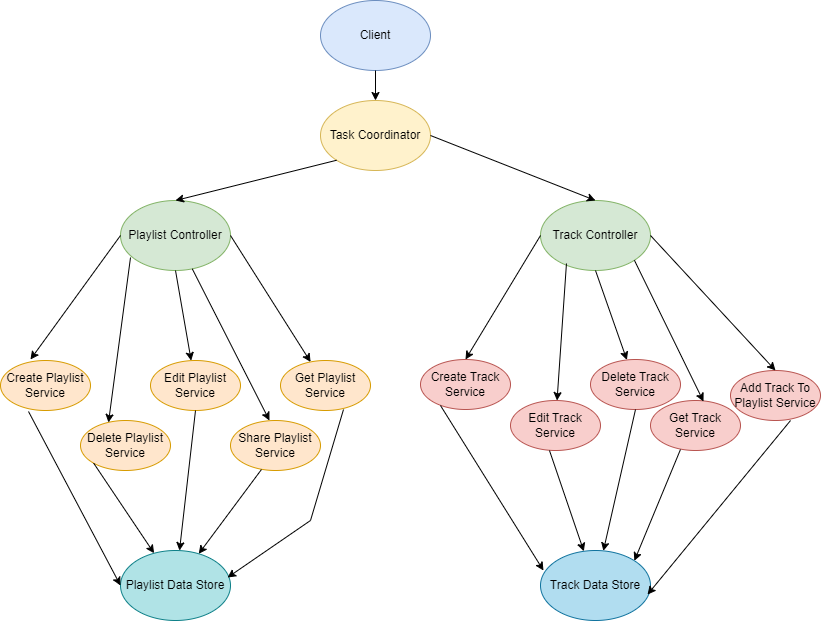
Above: Final Deliverables Solution S/Scholarly HTML technical report/Resources/Playlist Architecture.drawio.png in andreiprepelita/VireWade (draw.io), before the change. Source tidied: cells renumbered, new cells last; positions are measured from the earlier drawing's top-left corner, leaving out a move shared by most shapes.
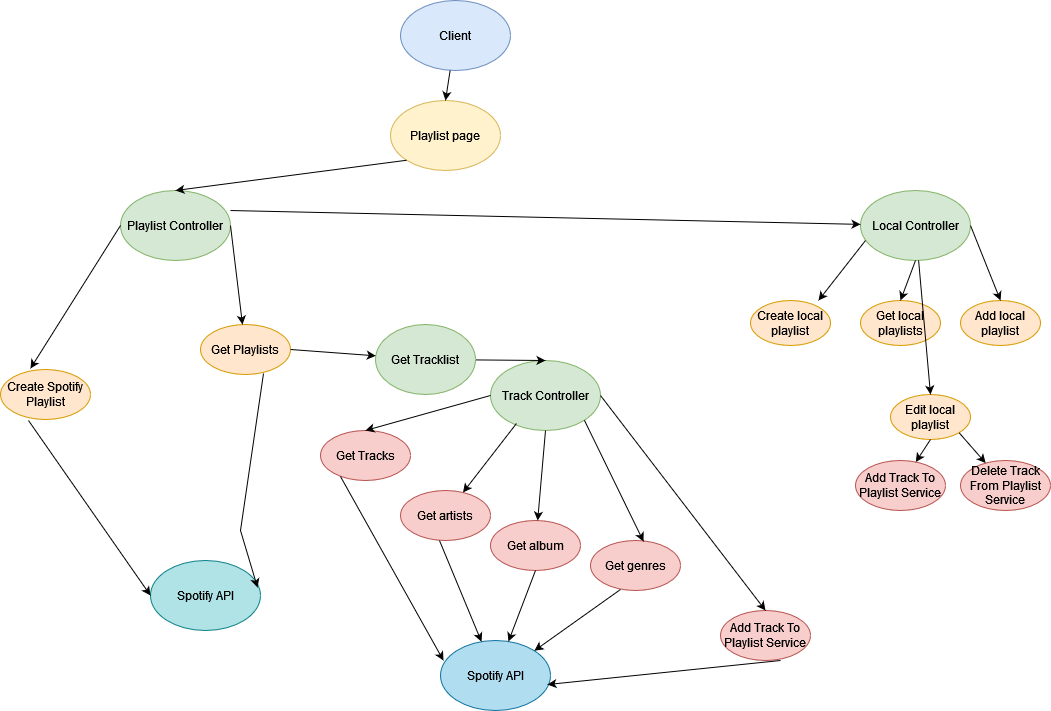
Later version of the same file.

Diff of the diagram source:
```diff
@@ -3,78 +3,56 @@
     <mxCell id="0" />
     <mxCell id="1" parent="0" />
     <mxCell id="2" value="Client" style="ellipse;whiteSpace=wrap;html=1;fillColor=#dae8fc;strokeColor=#6c8ebf;" parent="1" vertex="1">
-      <mxGeometry x="320" width="110" height="70" as="geometry" />
+      <mxGeometry x="510" y="-10" width="110" height="70" as="geometry" />
     </mxCell>
-    <mxCell id="3" value="Task Coordinator" style="ellipse;whiteSpace=wrap;html=1;fillColor=#fff2cc;strokeColor=#d6b656;" parent="1" vertex="1">
-      <mxGeometry x="320" y="100" width="110" height="70" as="geometry" />
+    <mxCell id="3" value="Playlist page" style="ellipse;whiteSpace=wrap;html=1;fillColor=#fff2cc;strokeColor=#d6b656;" parent="1" vertex="1">
+      <mxGeometry x="500" y="90" width="110" height="70" as="geometry" />
     </mxCell>
     <mxCell id="4" value="Playlist Controller" style="ellipse;whiteSpace=wrap;html=1;fillColor=#d5e8d4;strokeColor=#82b366;" parent="1" vertex="1">
-      <mxGeometry x="120" y="200" width="110" height="70" as="geometry" />
+      <mxGeometry x="230" y="180" width="110" height="70" as="geometry" />
     </mxCell>
     <mxCell id="5" value="Track Controller" style="ellipse;whiteSpace=wrap;html=1;fillColor=#d5e8d4;strokeColor=#82b366;" parent="1" vertex="1">
-      <mxGeometry x="540" y="200" width="110" height="70" as="geometry" />
+      <mxGeometry x="600" y="350" width="110" height="70" as="geometry" />
     </mxCell>
-    <mxCell id="6" value="Create Playlist Service" style="ellipse;whiteSpace=wrap;html=1;fillColor=#ffe6cc;strokeColor=#d79b00;" parent="1" vertex="1">
-      <mxGeometry y="360" width="90" height="50" as="geometry" />
+    <mxCell id="6" value="Create Spotify Playlist" style="ellipse;whiteSpace=wrap;html=1;fillColor=#ffe6cc;strokeColor=#d79b00;" parent="1" vertex="1">
+      <mxGeometry x="110" y="359" width="90" height="50" as="geometry" />
     </mxCell>
-    <mxCell id="7" value="Delete Playlist Service" style="ellipse;whiteSpace=wrap;html=1;fillColor=#ffe6cc;strokeColor=#d79b00;" parent="1" vertex="1">
-      <mxGeometry x="80" y="420" width="90" height="50" as="geometry" />
-    </mxCell>
-    <mxCell id="8" value="Edit Playlist Service" style="ellipse;whiteSpace=wrap;html=1;fillColor=#ffe6cc;strokeColor=#d79b00;" parent="1" vertex="1">
-      <mxGeometry x="150" y="360" width="90" height="50" as="geometry" />
-    </mxCell>
-    <mxCell id="9" value="Share Playlist Service" style="ellipse;whiteSpace=wrap;html=1;fillColor=#ffe6cc;strokeColor=#d79b00;" parent="1" vertex="1">
-      <mxGeometry x="230" y="420" width="90" height="50" as="geometry" />
-    </mxCell>
-    <mxCell id="10" value="Create Track Service" style="ellipse;whiteSpace=wrap;html=1;fillColor=#f8cecc;strokeColor=#b85450;" parent="1" vertex="1">
-      <mxGeometry x="420" y="359" width="90" height="50" as="geometry" />
+    <mxCell id="10" value="Get Tracks" style="ellipse;whiteSpace=wrap;html=1;fillColor=#f8cecc;strokeColor=#b85450;" parent="1" vertex="1">
+      <mxGeometry x="430" y="420" width="90" height="50" as="geometry" />
     </mxCell>
-    <mxCell id="11" value="Edit Track Service" style="ellipse;whiteSpace=wrap;html=1;fillColor=#f8cecc;strokeColor=#b85450;" parent="1" vertex="1">
-      <mxGeometry x="510" y="400" width="90" height="50" as="geometry" />
+    <mxCell id="11" value="Get artists" style="ellipse;whiteSpace=wrap;html=1;fillColor=#f8cecc;strokeColor=#b85450;" parent="1" vertex="1">
+      <mxGeometry x="510" y="480" width="90" height="50" as="geometry" />
     </mxCell>
-    <mxCell id="12" value="Delete Track Service" style="ellipse;whiteSpace=wrap;html=1;fillColor=#f8cecc;strokeColor=#b85450;" parent="1" vertex="1">
-      <mxGeometry x="590" y="359" width="90" height="50" as="geometry" />
+    <mxCell id="12" value="Get album" style="ellipse;whiteSpace=wrap;html=1;fillColor=#f8cecc;strokeColor=#b85450;" parent="1" vertex="1">
+      <mxGeometry x="600" y="510" width="90" height="50" as="geometry" />
     </mxCell>
-    <mxCell id="13" value="Get Track Service" style="ellipse;whiteSpace=wrap;html=1;fillColor=#f8cecc;strokeColor=#b85450;" parent="1" vertex="1">
-      <mxGeometry x="650" y="400" width="90" height="50" as="geometry" />
+    <mxCell id="13" value="Get genres" style="ellipse;whiteSpace=wrap;html=1;fillColor=#f8cecc;strokeColor=#b85450;" parent="1" vertex="1">
+      <mxGeometry x="700" y="530" width="90" height="50" as="geometry" />
     </mxCell>
-    <mxCell id="14" value="Playlist Data Store" style="ellipse;whiteSpace=wrap;html=1;fillColor=#b0e3e6;strokeColor=#0e8088;" parent="1" vertex="1">
-      <mxGeometry x="120" y="550" width="110" height="70" as="geometry" />
+    <mxCell id="14" value="Spotify API" style="ellipse;whiteSpace=wrap;html=1;fillColor=#b0e3e6;strokeColor=#0e8088;" parent="1" vertex="1">
+      <mxGeometry x="260" y="550" width="110" height="70" as="geometry" />
     </mxCell>
-    <mxCell id="15" value="Track Data Store" style="ellipse;whiteSpace=wrap;html=1;fillColor=#b1ddf0;strokeColor=#10739e;" parent="1" vertex="1">
-      <mxGeometry x="540" y="550" width="110" height="70" as="geometry" />
+    <mxCell id="15" value="Spotify API" style="ellipse;whiteSpace=wrap;html=1;fillColor=#b1ddf0;strokeColor=#10739e;" parent="1" vertex="1">
+      <mxGeometry x="550" y="630" width="110" height="70" as="geometry" />
     </mxCell>
-    <mxCell id="16" value="Get Playlist Service" style="ellipse;whiteSpace=wrap;html=1;fillColor=#ffe6cc;strokeColor=#d79b00;" parent="1" vertex="1">
-      <mxGeometry x="280" y="360" width="90" height="50" as="geometry" />
+    <mxCell id="16" value="Get Playlists" style="ellipse;whiteSpace=wrap;html=1;fillColor=#ffe6cc;strokeColor=#d79b00;" parent="1" vertex="1">
+      <mxGeometry x="310" y="314" width="90" height="50" as="geometry" />
     </mxCell>
     <mxCell id="17" value="Add Track To Playlist Service" style="ellipse;whiteSpace=wrap;html=1;fillColor=#f8cecc;strokeColor=#b85450;" parent="1" vertex="1">
-      <mxGeometry x="730" y="370" width="90" height="50" as="geometry" />
+      <mxGeometry x="830" y="600" width="90" height="50" as="geometry" />
     </mxCell>
     <mxCell id="18" style="endArrow=classic;html=1;rounded=0;entryX=0.5;entryY=0;entryDx=0;entryDy=0;" parent="1" edge="1" source="2" target="3">
-      <mxGeometry relative="1" as="geometry">
-        <Array as="points">
-          <mxPoint x="375" y="100" />
-        </Array>
-      </mxGeometry>
+      <mxGeometry relative="1" as="geometry" />
     </mxCell>
     <mxCell id="19" style="endArrow=classic;html=1;rounded=0;exitX=0;exitY=1;exitDx=0;exitDy=0;entryX=0.5;entryY=0;entryDx=0;entryDy=0;" parent="1" edge="1" source="3" target="4">
       <mxGeometry relative="1" as="geometry" />
     </mxCell>
-    <mxCell id="20" style="endArrow=classic;html=1;rounded=0;exitX=1;exitY=0.5;exitDx=0;exitDy=0;entryX=0.5;entryY=0;entryDx=0;entryDy=0;" parent="1" edge="1" source="3" target="5">
+    <mxCell id="20" style="endArrow=classic;html=1;rounded=0;entryX=0.5;entryY=0;entryDx=0;entryDy=0;" parent="1" edge="1" source="41" target="5">
       <mxGeometry relative="1" as="geometry" />
     </mxCell>
     <mxCell id="21" style="endArrow=classic;html=1;rounded=0;exitX=0;exitY=0.5;exitDx=0;exitDy=0;entryX=0.333;entryY=-0.02;entryDx=0;entryDy=0;entryPerimeter=0;" parent="1" edge="1" source="4" target="6">
       <mxGeometry relative="1" as="geometry" />
     </mxCell>
-    <mxCell id="22" style="endArrow=classic;html=1;rounded=0;exitX=0.091;exitY=0.814;exitDx=0;exitDy=0;exitPerimeter=0;entryX=0.311;entryY=0.04;entryDx=0;entryDy=0;entryPerimeter=0;" parent="1" edge="1" source="4" target="7">
-      <mxGeometry relative="1" as="geometry" />
-    </mxCell>
-    <mxCell id="23" style="endArrow=classic;html=1;rounded=0;exitX=0.5;exitY=1;exitDx=0;exitDy=0;" parent="1" edge="1" source="4" target="8">
-      <mxGeometry relative="1" as="geometry" />
-    </mxCell>
-    <mxCell id="24" style="endArrow=classic;html=1;rounded=0;entryX=0.433;entryY=0;entryDx=0;entryDy=0;entryPerimeter=0;" parent="1" edge="1" source="4" target="9">
-      <mxGeometry relative="1" as="geometry" />
-    </mxCell>
     <mxCell id="25" style="endArrow=classic;html=1;rounded=0;exitX=1;exitY=0.5;exitDx=0;exitDy=0;" parent="1" edge="1" source="4" target="16">
       <mxGeometry relative="1" as="geometry" />
     </mxCell>
@@ -96,19 +74,10 @@
     <mxCell id="31" style="endArrow=classic;html=1;rounded=0;exitX=0.311;exitY=1.02;exitDx=0;exitDy=0;exitPerimeter=0;entryX=0;entryY=0.5;entryDx=0;entryDy=0;" parent="1" edge="1" source="6" target="14">
       <mxGeometry relative="1" as="geometry" />
     </mxCell>
-    <mxCell id="32" style="endArrow=classic;html=1;rounded=0;exitX=0;exitY=1;exitDx=0;exitDy=0;" parent="1" edge="1" source="7" target="14">
-      <mxGeometry relative="1" as="geometry" />
-    </mxCell>
-    <mxCell id="33" style="endArrow=classic;html=1;rounded=0;exitX=0.5;exitY=1;exitDx=0;exitDy=0;" parent="1" edge="1" source="8" target="14">
-      <mxGeometry relative="1" as="geometry" />
-    </mxCell>
-    <mxCell id="34" style="endArrow=classic;html=1;rounded=0;exitX=0.344;exitY=0.98;exitDx=0;exitDy=0;exitPerimeter=0;" parent="1" edge="1" source="9" target="14">
-      <mxGeometry relative="1" as="geometry" />
-    </mxCell>
     <mxCell id="35" style="endArrow=classic;html=1;rounded=0;exitX=0.7;exitY=0.98;exitDx=0;exitDy=0;exitPerimeter=0;entryX=0.973;entryY=0.386;entryDx=0;entryDy=0;entryPerimeter=0;" parent="1" edge="1" source="16" target="14">
       <mxGeometry relative="1" as="geometry">
         <Array as="points">
-          <mxPoint x="310" y="520" />
+          <mxPoint x="350" y="520" />
         </Array>
       </mxGeometry>
     </mxCell>
@@ -127,5 +96,55 @@
     <mxCell id="40" style="endArrow=classic;html=1;rounded=0;exitX=0.667;exitY=1;exitDx=0;exitDy=0;exitPerimeter=0;entryX=0.973;entryY=0.629;entryDx=0;entryDy=0;entryPerimeter=0;" parent="1" edge="1" source="17" target="15">
       <mxGeometry relative="1" as="geometry" />
     </mxCell>
+    <mxCell id="41" value="&lt;div&gt;Get Tracklist&lt;/div&gt;" style="ellipse;whiteSpace=wrap;html=1;fillColor=#d5e8d4;strokeColor=#82b366;" parent="1" vertex="1">
+      <mxGeometry x="485" y="314" width="100" height="70" as="geometry" />
+    </mxCell>
+    <mxCell id="42" style="endArrow=classic;html=1;rounded=0;exitX=1;exitY=0.5;exitDx=0;exitDy=0;" parent="1" edge="1" source="16" target="41">
+      <mxGeometry relative="1" as="geometry" />
+    </mxCell>
+    <mxCell id="43" value="Create local playlist" style="ellipse;whiteSpace=wrap;html=1;fillColor=#ffe6cc;strokeColor=#d79b00;" parent="1" vertex="1">
+      <mxGeometry x="860" y="290" width="80" height="45" as="geometry" />
+    </mxCell>
+    <mxCell id="44" value="Get local playlists" style="ellipse;whiteSpace=wrap;html=1;fillColor=#ffe6cc;strokeColor=#d79b00;" parent="1" vertex="1">
+      <mxGeometry x="970" y="290" width="80" height="45" as="geometry" />
+    </mxCell>
+    <mxCell id="45" value="Edit local playlist" style="ellipse;whiteSpace=wrap;html=1;fillColor=#ffe6cc;strokeColor=#d79b00;" parent="1" vertex="1">
+      <mxGeometry x="1000" y="384" width="80" height="45" as="geometry" />
+    </mxCell>
+    <mxCell id="46" value="Local Controller" style="ellipse;whiteSpace=wrap;html=1;fillColor=#d5e8d4;strokeColor=#82b366;" parent="1" vertex="1">
+      <mxGeometry x="970" y="180" width="110" height="70" as="geometry" />
+    </mxCell>
+    <mxCell id="47" style="endArrow=classic;html=1;rounded=0;exitX=1;exitY=0.286;exitDx=0;exitDy=0;exitPerimeter=0;" parent="1" edge="1" source="4" target="46">
+      <mxGeometry relative="1" as="geometry" />
+    </mxCell>
+    <mxCell id="48" style="endArrow=classic;html=1;rounded=0;entryX=0.5;entryY=0;entryDx=0;entryDy=0;exitX=0.5;exitY=1;exitDx=0;exitDy=0;" parent="1" edge="1" source="46" target="44">
+      <mxGeometry relative="1" as="geometry" />
+    </mxCell>
+    <mxCell id="49" style="endArrow=classic;html=1;rounded=0;entryX=0.85;entryY=0;entryDx=0;entryDy=0;exitX=0.5;exitY=1;exitDx=0;exitDy=0;entryPerimeter=0;" parent="1" edge="1" target="43">
+      <mxGeometry relative="1" as="geometry">
+        <mxPoint x="975" y="230" as="sourcePoint" />
+      </mxGeometry>
+    </mxCell>
+    <mxCell id="50" style="endArrow=classic;html=1;rounded=0;entryX=0.5;entryY=0;entryDx=0;entryDy=0;" parent="1" edge="1" source="46" target="45">
+      <mxGeometry relative="1" as="geometry" />
+    </mxCell>
+    <mxCell id="51" value="Add Track To Playlist Service" style="ellipse;whiteSpace=wrap;html=1;fillColor=#f8cecc;strokeColor=#b85450;" parent="1" vertex="1">
+      <mxGeometry x="965" y="450" width="90" height="50" as="geometry" />
+    </mxCell>
+    <mxCell id="52" style="endArrow=classic;html=1;rounded=0;exitX=0.5;exitY=1;exitDx=0;exitDy=0;" parent="1" edge="1" source="45" target="51">
+      <mxGeometry relative="1" as="geometry" />
+    </mxCell>
+    <mxCell id="53" value="Delete Track From Playlist Service" style="ellipse;whiteSpace=wrap;html=1;fillColor=#f8cecc;strokeColor=#b85450;" parent="1" vertex="1">
+      <mxGeometry x="1070" y="450" width="90" height="50" as="geometry" />
+    </mxCell>
+    <mxCell id="54" style="endArrow=classic;html=1;rounded=0;exitX=1;exitY=1;exitDx=0;exitDy=0;" parent="1" edge="1" source="45" target="53">
+      <mxGeometry relative="1" as="geometry" />
+    </mxCell>
+    <mxCell id="55" value="Add local playlist" style="ellipse;whiteSpace=wrap;html=1;fillColor=#ffe6cc;strokeColor=#d79b00;" parent="1" vertex="1">
+      <mxGeometry x="1070" y="290" width="80" height="45" as="geometry" />
+    </mxCell>
+    <mxCell id="56" style="endArrow=classic;html=1;rounded=0;entryX=0.5;entryY=0;entryDx=0;entryDy=0;exitX=1;exitY=0.5;exitDx=0;exitDy=0;" parent="1" edge="1" source="46" target="55">
+      <mxGeometry relative="1" as="geometry" />
+    </mxCell>
   </root>
 </mxGraphModel>
```
